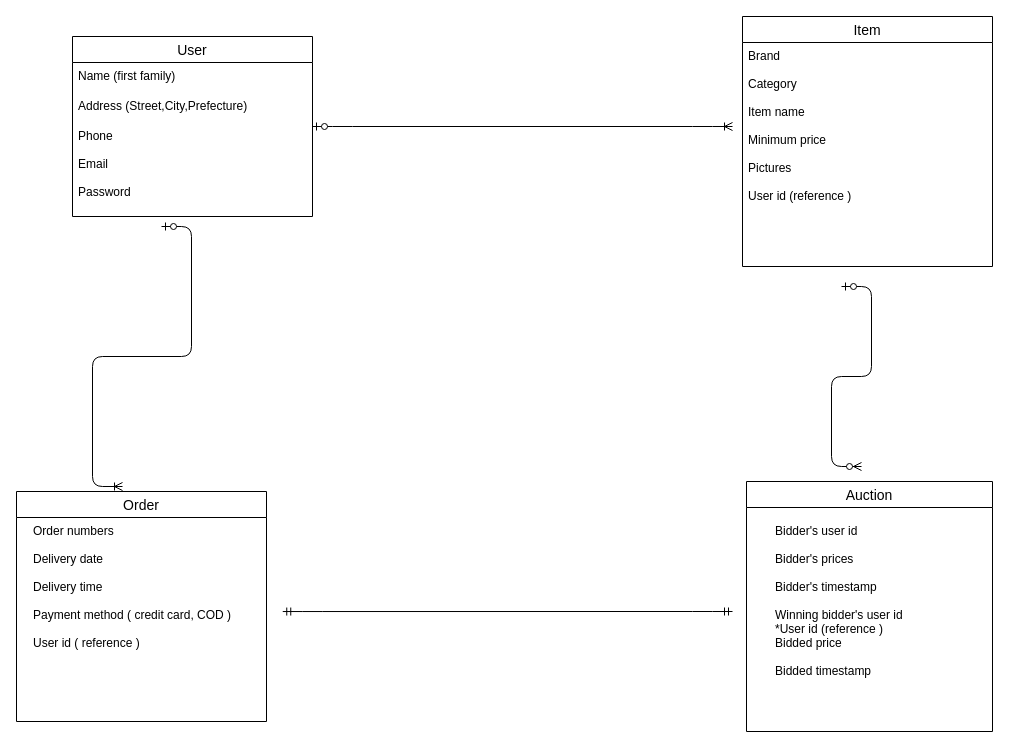
SoramatsuShio/furima-39640 keeps this draw.io diagram as app/views/furima-39640-ER.dio. Above is the earlier version. Source tidied: cells renumbered, new cells numbered last; positions are measured from the earlier drawing's top-left corner, leaving out a move shared by most shapes. Both pictures are drawn from the tidied source at 100%, with x=0, y=0 at pixel (16, 16).
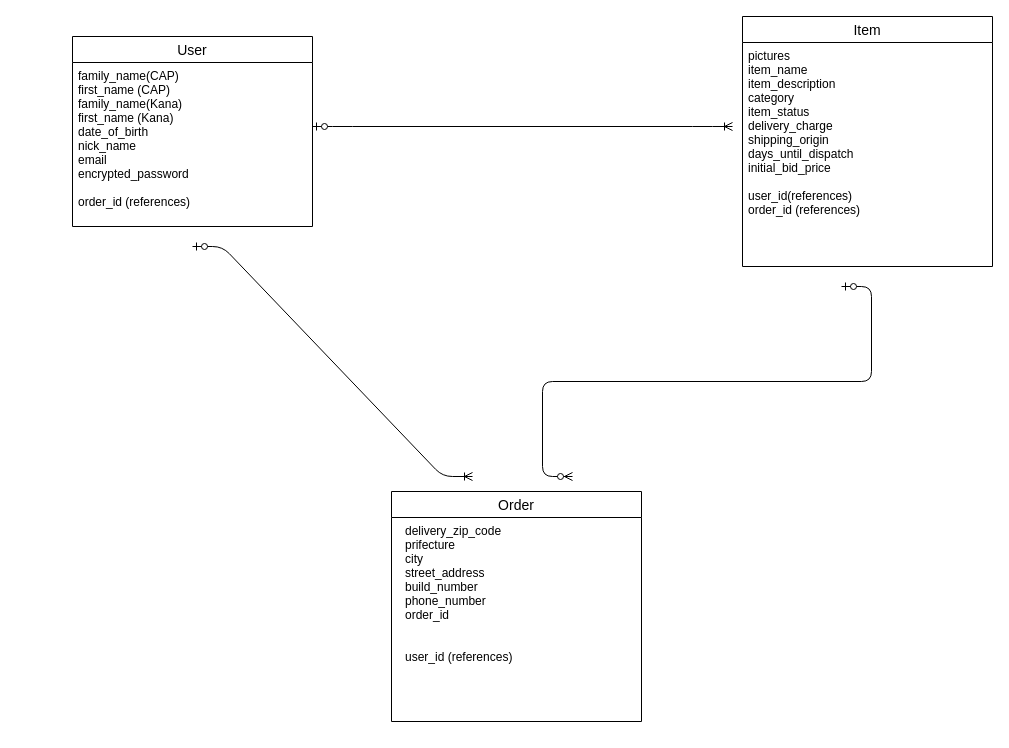
Above is the later version.

Diff of the diagram source:
```diff
@@
 <mxGraphModel>
   <root>
     <mxCell id="0" />
     <mxCell id="1" parent="0" />
     <mxCell id="2" value="User" style="swimlane;fontStyle=0;horizontal=1;startSize=26;align=center;fontSize=14;" parent="1" vertex="1">
-      <mxGeometry x="56" y="20" width="240" height="180" as="geometry" />
+      <mxGeometry x="56" y="20" width="240" height="190" as="geometry" />
     </mxCell>
-    <mxCell id="3" value="Name (first family)" style="text;strokeColor=none;fillColor=none;spacingLeft=4;spacingRight=4;overflow=hidden;fontSize=12;" parent="2" vertex="1">
-      <mxGeometry y="26" width="240" height="30" as="geometry" />
+    <mxCell id="3" value="family_name(CAP)  &#10;first_name (CAP)   &#10;family_name(Kana)  &#10;first_name (Kana)  &#10;date_of_birth&#10;nick_name &#10;email   &#10;encrypted_password&#10;&#10;order_id (references)          " style="text;strokeColor=none;fillColor=none;spacingLeft=4;spacingRight=4;overflow=hidden;fontSize=12;" parent="2" vertex="1">
+      <mxGeometry y="26" width="240" height="164" as="geometry" />
     </mxCell>
-    <mxCell id="4" value="Address (Street,City,Prefecture)" style="text;strokeColor=none;fillColor=none;spacingLeft=4;spacingRight=4;overflow=hidden;fontSize=12;" parent="2" vertex="1">
-      <mxGeometry y="56" width="240" height="30" as="geometry" />
-    </mxCell>
-    <mxCell id="5" value="Phone&#10;&#10;Email&#10;&#10;Password" style="text;strokeColor=none;fillColor=none;spacingLeft=4;spacingRight=4;overflow=hidden;fontSize=12;" parent="2" vertex="1">
-      <mxGeometry y="86" width="240" height="94" as="geometry" />
-    </mxCell>
     <mxCell id="6" value="Item" style="swimlane;fontStyle=0;horizontal=1;startSize=26;align=center;fontSize=14;" parent="1" vertex="1">
       <mxGeometry x="726" width="250" height="250" as="geometry" />
     </mxCell>
-    <mxCell id="7" value="Brand &#10;&#10;Category&#10;&#10;Item name&#10;&#10;Minimum price&#10;&#10;Pictures &#10;&#10;User id (reference )&#10;" style="text;strokeColor=none;fillColor=none;spacingLeft=4;spacingRight=4;overflow=hidden;points=[[0,0.5],[1,0.5]];portConstraint=eastwest;fontSize=12;" parent="6" vertex="1">
+    <mxCell id="7" value="pictures      &#10;item_name &#10;item_description&#10;category &#10;item_status&#10;delivery_charge   &#10;shipping_origin   &#10;days_until_dispatch  &#10;initial_bid_price   &#10;&#10;user_id(references) &#10;order_id (references)          &#10;" style="text;strokeColor=none;fillColor=none;spacingLeft=4;spacingRight=4;overflow=hidden;points=[[0,0.5],[1,0.5]];portConstraint=eastwest;fontSize=12;" parent="6" vertex="1">
       <mxGeometry y="26" width="250" height="224" as="geometry" />
     </mxCell>
     <mxCell id="8" style="edgeStyle=entityRelationEdgeStyle;fontSize=12;html=1;endArrow=ERoneToMany;startArrow=ERzeroToOne;entryX=-0.04;entryY=0.375;entryDx=0;entryDy=0;entryPerimeter=0;" parent="1" edge="1" target="7">
       <mxGeometry relative="1" as="geometry">
         <mxPoint x="296" y="110" as="sourcePoint" />
       </mxGeometry>
     </mxCell>
     <mxCell id="9" value="Order" style="swimlane;fontStyle=0;horizontal=1;startSize=26;align=center;fontSize=14;" parent="1" vertex="1">
-      <mxGeometry y="475" width="250" height="230" as="geometry" />
+      <mxGeometry x="375" y="475" width="250" height="230" as="geometry" />
     </mxCell>
     <mxCell id="10" style="edgeStyle=entityRelationEdgeStyle;fontSize=12;html=1;endArrow=ERoneToMany;startArrow=ERzeroToOne;" parent="1" edge="1">
       <mxGeometry relative="1" as="geometry">
-        <mxPoint x="145" y="210" as="sourcePoint" />
-        <mxPoint x="106" y="470" as="targetPoint" />
+        <mxPoint x="176" y="230" as="sourcePoint" />
+        <mxPoint x="456" y="460" as="targetPoint" />
       </mxGeometry>
     </mxCell>
-    <mxCell id="11" value="Auction" style="swimlane;fontStyle=0;horizontal=1;startSize=26;align=center;fontSize=14;" parent="1" vertex="1">
-      <mxGeometry x="730" y="465" width="246" height="250" as="geometry" />
-    </mxCell>
-    <mxCell id="12" value="Bidder's user id&#10;      &#10;Bidder's prices &#10;&#10;Bidder's timestamp&#10;&#10;Winning bidder's user id &#10;*User id (reference )&#10;Bidded price       &#10;&#10;Bidded timestamp  " style="text;strokeColor=none;fillColor=none;spacingLeft=4;spacingRight=4;overflow=hidden;fontSize=12;" parent="1" vertex="1">
-      <mxGeometry x="753" y="501" width="210" height="204" as="geometry" />
-    </mxCell>
-    <mxCell id="13" value="Order numbers &#10;&#10;Delivery date&#10;&#10;Delivery time&#10;&#10;Payment method ( credit card, COD )&#10;&#10;User id ( reference )" style="text;strokeColor=none;fillColor=none;spacingLeft=4;spacingRight=4;overflow=hidden;points=[[0,0.5],[1,0.5]];portConstraint=eastwest;fontSize=12;" parent="1" vertex="1">
-      <mxGeometry x="11" y="501" width="250" height="204" as="geometry" />
+    <mxCell id="13" value="delivery_zip_code &#10;prifecture &#10;city &#10;street_address &#10;build_number &#10;phone_number &#10;order_id&#10;&#10;&#10;user_id (references)&#10;" style="text;strokeColor=none;fillColor=none;spacingLeft=4;spacingRight=4;overflow=hidden;points=[[0,0.5],[1,0.5]];portConstraint=eastwest;fontSize=12;" parent="1" vertex="1">
+      <mxGeometry x="383" y="501" width="250" height="204" as="geometry" />
     </mxCell>
     <mxCell id="14" style="edgeStyle=entityRelationEdgeStyle;fontSize=12;html=1;endArrow=ERzeroToMany;startArrow=ERzeroToOne;" parent="1" edge="1">
       <mxGeometry relative="1" as="geometry">
         <mxPoint x="825" y="270" as="sourcePoint" />
-        <mxPoint x="845" y="450" as="targetPoint" />
+        <mxPoint x="556" y="460" as="targetPoint" />
       </mxGeometry>
     </mxCell>
-    <mxCell id="15" style="edgeStyle=entityRelationEdgeStyle;fontSize=12;html=1;endArrow=ERmandOne;startArrow=ERmandOne;exitX=1.021;exitY=0.461;exitDx=0;exitDy=0;exitPerimeter=0;" parent="1" edge="1" source="13">
-      <mxGeometry relative="1" as="geometry">
-        <mxPoint x="716" y="595" as="targetPoint" />
-      </mxGeometry>
-    </mxCell>
   </root>
 </mxGraphModel>
```
